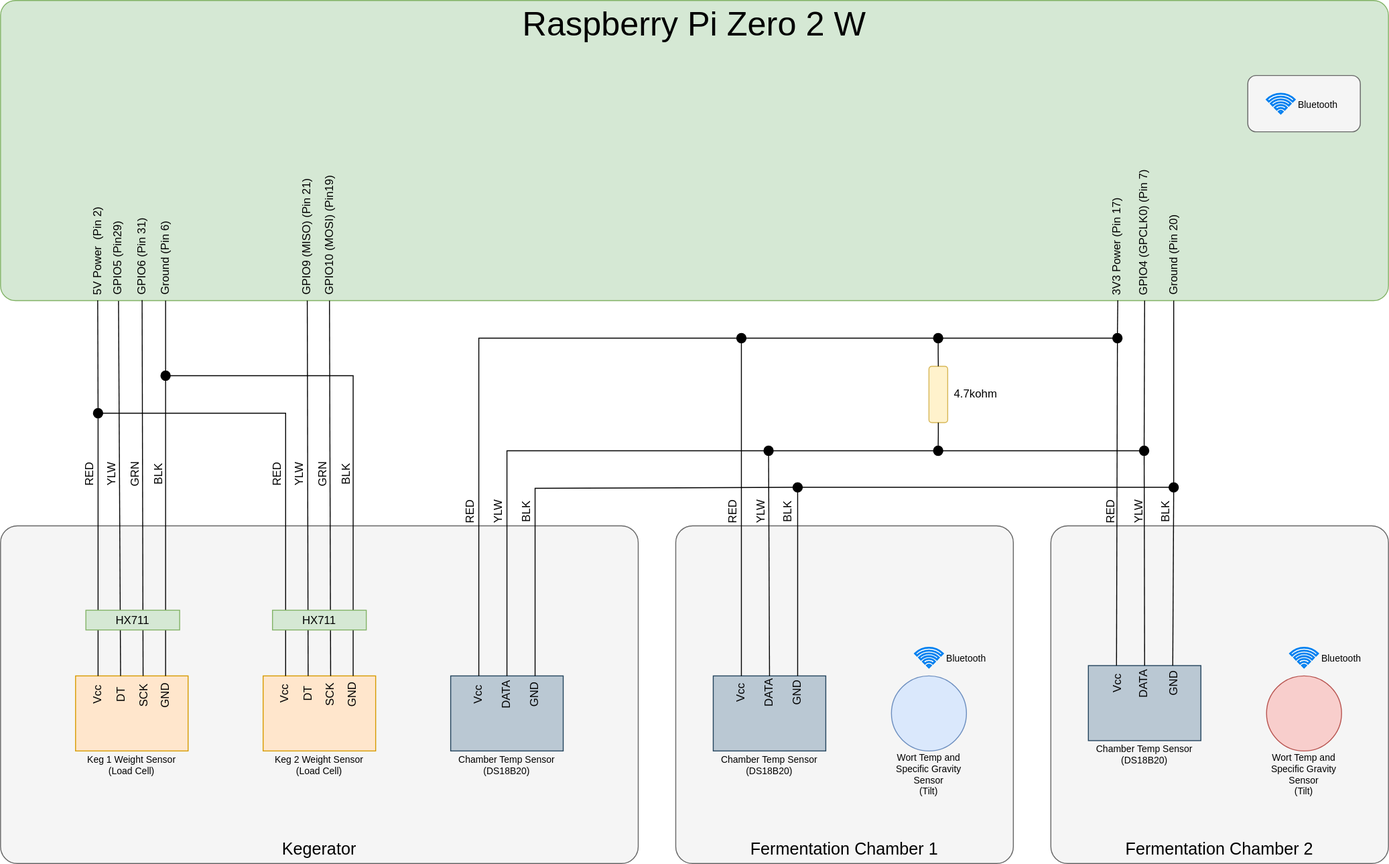
Earlier version of the draw.io export documentation/BreweryMonitor.drawio.svg (austinshinkle/OB_BreweryMonitor). Source tidied: cells renumbered, new cells last; positions are measured from the earlier drawing's top-left corner, leaving out a move shared by most shapes.
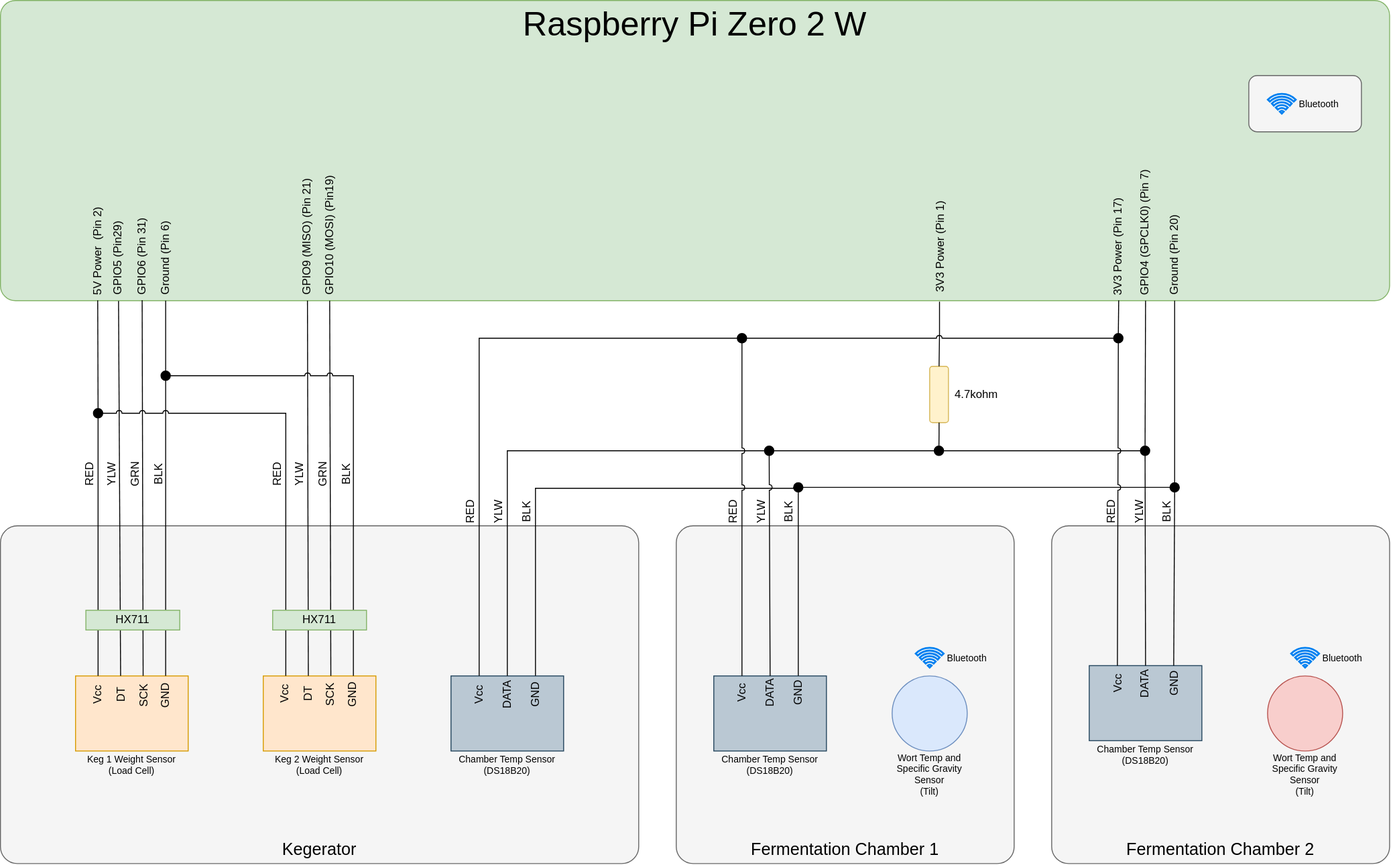
Above is the later version.

Commit message:
updated line lumps and resistor connection

The edit, as a diff of the source:
```diff
@@ -83,9 +83,6 @@
     <mxCell id="28" style="endArrow=none;html=1;rounded=0;entryX=0.75;entryY=0;entryDx=0;entryDy=0;edgeStyle=elbowEdgeStyle;elbow=vertical;jumpStyle=none;startArrow=none;startFill=0;endFill=0;" parent="1" edge="1" source="55" target="26">
       <mxGeometry relative="1" as="geometry" />
     </mxCell>
-    <mxCell id="29" style="endArrow=none;html=1;rounded=0;entryX=0.25;entryY=0;entryDx=0;entryDy=0;edgeStyle=elbowEdgeStyle;elbow=vertical;jumpStyle=none;startArrow=none;startFill=0;endFill=0;exitX=0.5;exitY=1;exitDx=0;exitDy=0;" parent="1" edge="1" source="68" target="26">
-      <mxGeometry relative="1" as="geometry" />
-    </mxCell>
     <mxCell id="30" value="&lt;div&gt;Keg 1 Weight Sensor&lt;/div&gt;&lt;div&gt;(Load Cell)&lt;br&gt;&lt;/div&gt;" style="text;html=1;align=center;verticalAlign=middle;whiteSpace=wrap;rounded=0;fontSize=10;" parent="1" vertex="1">
       <mxGeometry x="80" y="800" width="120" height="30" as="geometry" />
     </mxCell>
@@ -151,9 +148,6 @@
     <mxCell id="48" value="GND" style="text;html=1;align=center;verticalAlign=middle;whiteSpace=wrap;rounded=0;horizontal=1;rotation=-90;" parent="1" vertex="1">
       <mxGeometry x="1236" y="723" width="30" height="10" as="geometry" />
     </mxCell>
-    <mxCell id="49" style="rounded=0;jettySize=auto;html=1;exitX=1;exitY=0.5;exitDx=0;exitDy=0;entryX=0;entryY=0.5;entryDx=0;entryDy=0;startArrow=none;startFill=0;endArrow=none;endFill=0;jumpStyle=none;" parent="1" edge="1" source="65" target="99">
-      <mxGeometry relative="1" as="geometry" />
-    </mxCell>
     <mxCell id="50" style="rounded=1;whiteSpace=wrap;html=1;rotation=-90;fillColor=#fff2cc;strokeColor=#d6b656;" parent="1" vertex="1">
       <mxGeometry x="970" y="410" width="60" height="20" as="geometry" />
     </mxCell>
@@ -195,7 +189,7 @@
         <mxPoint x="1251" y="320" as="sourcePoint" />
       </mxGeometry>
     </mxCell>
-    <mxCell id="60" style="endArrow=none;html=1;rounded=0;elbow=vertical;jumpStyle=none;entryX=1;entryY=0.5;entryDx=0;entryDy=0;endFill=0;exitX=0;exitY=0.5;exitDx=0;exitDy=0;" parent="1" edge="1" source="57" target="58">
+    <mxCell id="60" style="endArrow=none;html=1;rounded=0;elbow=vertical;jumpStyle=arc;entryX=1;entryY=0.5;entryDx=0;entryDy=0;endFill=0;exitX=0;exitY=0.5;exitDx=0;exitDy=0;" parent="1" edge="1" source="57" target="64">
       <mxGeometry relative="1" as="geometry" />
     </mxCell>
     <mxCell id="61" style="endArrow=none;html=1;rounded=0;entryX=0.5;entryY=0;entryDx=0;entryDy=0;startArrow=none;startFill=0;endFill=0;edgeStyle=elbowEdgeStyle;elbow=vertical;jumpStyle=none;exitX=0;exitY=0.5;exitDx=0;exitDy=0;" parent="1" edge="1" source="58" target="31">
@@ -205,22 +199,16 @@
         </Array>
       </mxGeometry>
     </mxCell>
-    <mxCell id="62" style="endArrow=none;html=1;rounded=0;entryX=0.5;entryY=0;entryDx=0;entryDy=0;elbow=vertical;jumpStyle=none;startArrow=none;startFill=0;endFill=0;exitX=0.5;exitY=1;exitDx=0;exitDy=0;" parent="1" edge="1" source="58" target="26">
-      <mxGeometry relative="1" as="geometry" />
-    </mxCell>
     <mxCell id="63" style="endArrow=none;html=1;rounded=0;startArrow=none;startFill=0;endFill=0;edgeStyle=elbowEdgeStyle;elbow=vertical;jumpStyle=none;exitX=0;exitY=0.5;exitDx=0;exitDy=0;" parent="1" edge="1" source="50" target="64">
       <mxGeometry relative="1" as="geometry" />
     </mxCell>
     <mxCell id="64" style="ellipse;whiteSpace=wrap;html=1;fillColor=#000000;" parent="1" vertex="1">
       <mxGeometry x="994.8" y="475" width="10" height="10" as="geometry" />
     </mxCell>
-    <mxCell id="65" style="ellipse;whiteSpace=wrap;html=1;fillColor=#000000;" parent="1" vertex="1">
-      <mxGeometry x="994.8" y="355" width="10" height="10" as="geometry" />
-    </mxCell>
-    <mxCell id="66" style="endArrow=none;html=1;rounded=0;startArrow=none;startFill=0;endFill=0;edgeStyle=elbowEdgeStyle;elbow=vertical;jumpStyle=none;exitX=0.5;exitY=1;exitDx=0;exitDy=0;entryX=1;entryY=0.5;entryDx=0;entryDy=0;" parent="1" edge="1" source="65" target="50">
+    <mxCell id="66" style="endArrow=none;html=1;rounded=0;startArrow=none;startFill=0;endFill=0;edgeStyle=elbowEdgeStyle;elbow=vertical;jumpStyle=none;exitX=0.676;exitY=1.003;exitDx=0;exitDy=0;entryX=1;entryY=0.5;entryDx=0;entryDy=0;exitPerimeter=0;" parent="1" edge="1" source="2" target="50">
       <mxGeometry relative="1" as="geometry" />
     </mxCell>
-    <mxCell id="67" style="endArrow=none;html=1;rounded=0;entryX=1;entryY=0.5;entryDx=0;entryDy=0;elbow=vertical;exitX=0;exitY=0.5;exitDx=0;exitDy=0;jumpStyle=none;startArrow=none;startFill=0;endFill=0;" parent="1" edge="1" source="65" target="68">
+    <mxCell id="67" style="endArrow=none;html=1;rounded=0;entryX=1;entryY=0.5;entryDx=0;entryDy=0;elbow=vertical;exitX=0;exitY=0.5;exitDx=0;exitDy=0;jumpStyle=arc;startArrow=none;startFill=0;endFill=0;" parent="1" edge="1" source="99" target="68">
       <mxGeometry relative="1" as="geometry" />
     </mxCell>
     <mxCell id="68" style="ellipse;whiteSpace=wrap;html=1;fillColor=#000000;" parent="1" vertex="1">
@@ -264,14 +252,14 @@
     <mxCell id="80" style="ellipse;whiteSpace=wrap;html=1;fillColor=#000000;" parent="1" vertex="1">
       <mxGeometry x="171" y="395" width="10" height="10" as="geometry" />
     </mxCell>
-    <mxCell id="81" style="endArrow=none;html=1;rounded=0;entryX=0.8;entryY=0;entryDx=0;entryDy=0;startArrow=none;startFill=0;endFill=0;edgeStyle=elbowEdgeStyle;elbow=vertical;jumpStyle=none;exitX=1;exitY=0.5;exitDx=0;exitDy=0;entryPerimeter=0;" parent="1" edge="1" source="80" target="6">
+    <mxCell id="81" style="endArrow=none;html=1;rounded=0;entryX=0.8;entryY=0;entryDx=0;entryDy=0;startArrow=none;startFill=0;endFill=0;edgeStyle=elbowEdgeStyle;elbow=vertical;jumpStyle=arc;exitX=1;exitY=0.5;exitDx=0;exitDy=0;entryPerimeter=0;" parent="1" edge="1" source="80" target="6">
       <mxGeometry relative="1" as="geometry">
         <Array as="points">
           <mxPoint x="280" y="400" />
         </Array>
       </mxGeometry>
     </mxCell>
-    <mxCell id="82" style="endArrow=none;html=1;rounded=0;startArrow=none;startFill=0;endFill=0;edgeStyle=elbowEdgeStyle;elbow=vertical;jumpStyle=none;exitX=1;exitY=0.5;exitDx=0;exitDy=0;entryX=0.2;entryY=0;entryDx=0;entryDy=0;entryPerimeter=0;" parent="1" edge="1" source="78" target="6">
+    <mxCell id="82" style="endArrow=none;html=1;rounded=0;startArrow=none;startFill=0;endFill=0;edgeStyle=elbowEdgeStyle;elbow=vertical;jumpStyle=arc;exitX=1;exitY=0.5;exitDx=0;exitDy=0;entryX=0.2;entryY=0;entryDx=0;entryDy=0;entryPerimeter=0;" parent="1" edge="1" source="78" target="6">
       <mxGeometry relative="1" as="geometry">
         <Array as="points">
           <mxPoint x="210" y="440" />
@@ -332,7 +320,7 @@
     <mxCell id="100" style="rounded=0;jettySize=auto;html=1;exitX=0.805;exitY=0.999;exitDx=0;exitDy=0;entryX=0.5;entryY=0;entryDx=0;entryDy=0;startArrow=none;startFill=0;endArrow=none;endFill=0;jumpStyle=none;exitPerimeter=0;" parent="1" edge="1" source="2" target="99">
       <mxGeometry relative="1" as="geometry" />
     </mxCell>
-    <mxCell id="101" style="rounded=0;jettySize=auto;html=1;startArrow=none;startFill=0;endArrow=none;endFill=0;jumpStyle=none;exitX=0.5;exitY=1;exitDx=0;exitDy=0;entryX=0.25;entryY=0;entryDx=0;entryDy=0;" parent="1" edge="1" source="99" target="35">
+    <mxCell id="101" style="rounded=0;jettySize=auto;html=1;startArrow=none;startFill=0;endArrow=none;endFill=0;jumpStyle=arc;exitX=0.5;exitY=1;exitDx=0;exitDy=0;entryX=0.25;entryY=0;entryDx=0;entryDy=0;" parent="1" edge="1" source="99" target="35">
       <mxGeometry relative="1" as="geometry" />
     </mxCell>
     <mxCell id="102" value="RED" style="text;html=1;align=center;verticalAlign=middle;whiteSpace=wrap;rounded=0;horizontal=1;rotation=-90;" parent="1" vertex="1">
@@ -380,5 +368,17 @@
     <mxCell id="116" value="Bluetooth" style="text;html=1;align=center;verticalAlign=middle;whiteSpace=wrap;rounded=0;fontSize=10;" parent="1" vertex="1">
       <mxGeometry x="1380" y="100.5" width="50" height="20" as="geometry" />
     </mxCell>
+    <mxCell id="117" value="3V3 Power (Pin 1)" style="text;html=1;align=center;verticalAlign=middle;whiteSpace=wrap;rounded=0;horizontal=1;rotation=-90;" parent="1" vertex="1">
+      <mxGeometry x="948.1" y="257.6" width="106.8" height="10" as="geometry" />
+    </mxCell>
+    <mxCell id="118" style="endArrow=none;html=1;rounded=0;elbow=vertical;jumpStyle=arc;entryX=1;entryY=0.5;entryDx=0;entryDy=0;endFill=0;exitX=0;exitY=0.5;exitDx=0;exitDy=0;" parent="1" edge="1" source="64" target="58">
+      <mxGeometry relative="1" as="geometry" />
+    </mxCell>
+    <mxCell id="29" style="endArrow=none;html=1;rounded=0;entryX=0.25;entryY=0;entryDx=0;entryDy=0;edgeStyle=elbowEdgeStyle;elbow=vertical;jumpStyle=arc;startArrow=none;startFill=0;endFill=0;exitX=0.5;exitY=1;exitDx=0;exitDy=0;" parent="1" edge="1" source="68" target="26">
+      <mxGeometry relative="1" as="geometry" />
+    </mxCell>
+    <mxCell id="62" style="endArrow=none;html=1;rounded=0;entryX=0.5;entryY=0;entryDx=0;entryDy=0;elbow=vertical;jumpStyle=arc;startArrow=none;startFill=0;endFill=0;exitX=0.5;exitY=1;exitDx=0;exitDy=0;" parent="1" edge="1" source="58" target="26">
+      <mxGeometry relative="1" as="geometry" />
+    </mxCell>
   </root>
 </mxGraphModel>
```
